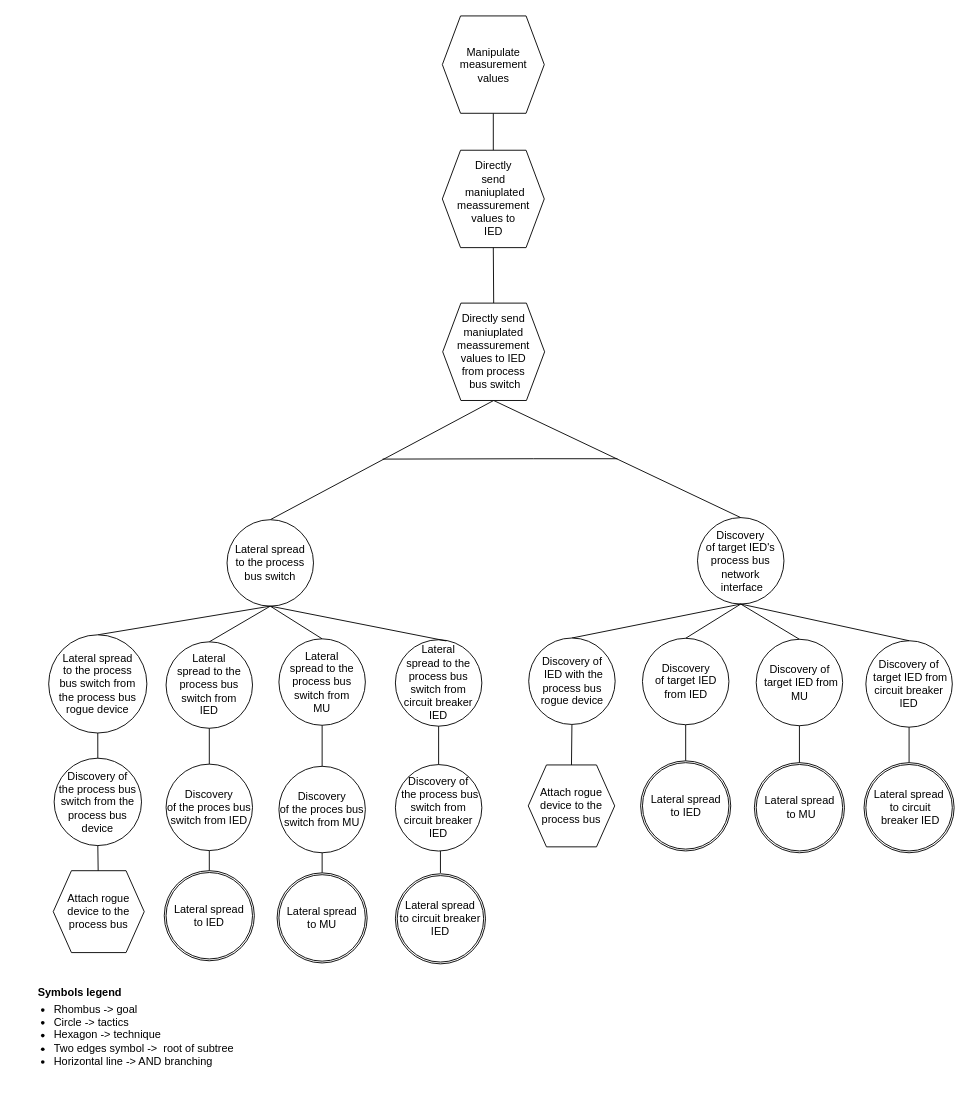
Before: drawIO_trees/solution_3_1_2.drawio in mihaelM/Attack_trees, a draw.io diagram. Source tidied: cells renumbered, new cells numbered last; positions are measured from the earlier drawing's top-left corner, leaving out a move shared by most shapes. Both pictures are drawn from the tidied source at 91%, with x=0, y=0 at pixel (15, 15).
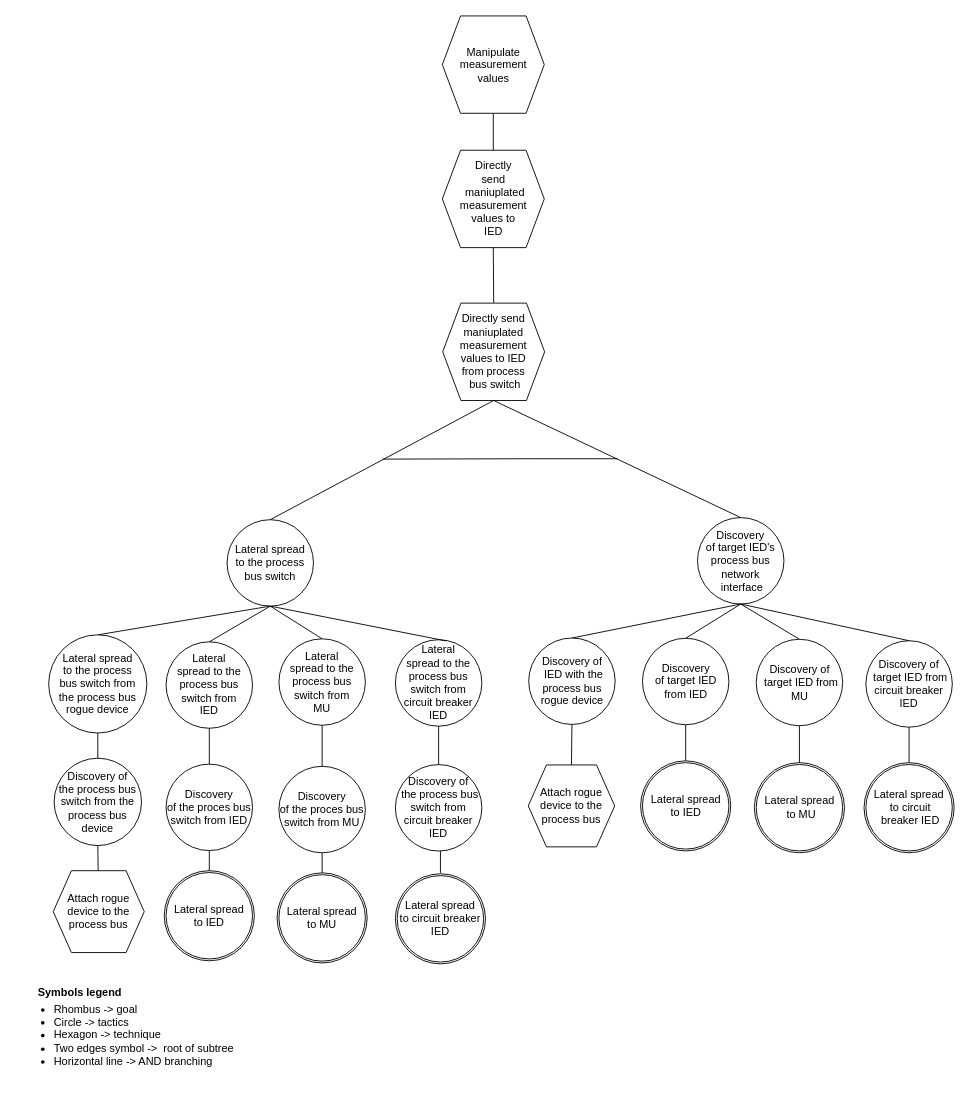
The same diagram, later.

What changed in the source:
```diff
@@
-    <mxCell id="5" value="Directly &lt;br&gt;send&lt;br&gt;&amp;nbsp;maniuplated meassurement values to &lt;br&gt;IED" style="shape=hexagon;perimeter=hexagonPerimeter2;whiteSpace=wrap;html=1;fixedSize=1;" parent="1" vertex="1">
+    <mxCell id="5" value="Directly &lt;br&gt;send&lt;br&gt;&amp;nbsp;maniuplated measurement values to &lt;br&gt;IED" style="shape=hexagon;perimeter=hexagonPerimeter2;whiteSpace=wrap;html=1;fixedSize=1;" parent="1" vertex="1">
       <mxGeometry x="468.6" y="147.6" width="112" height="107" as="geometry" />
     </mxCell>
@@
-    <mxCell id="33" value="Directly send maniuplated meassurement values&amp;nbsp;to IED &lt;br&gt;from process&lt;br&gt;&amp;nbsp;bus switch" style="shape=hexagon;perimeter=hexagonPerimeter2;whiteSpace=wrap;html=1;fixedSize=1;" parent="1" vertex="1">
+    <mxCell id="33" value="Directly send maniuplated measurement values&amp;nbsp;to IED &lt;br&gt;from process&lt;br&gt;&amp;nbsp;bus switch" style="shape=hexagon;perimeter=hexagonPerimeter2;whiteSpace=wrap;html=1;fixedSize=1;" parent="1" vertex="1">
       <mxGeometry x="469" y="315.6" width="112" height="107" as="geometry" />
     </mxCell>
```
